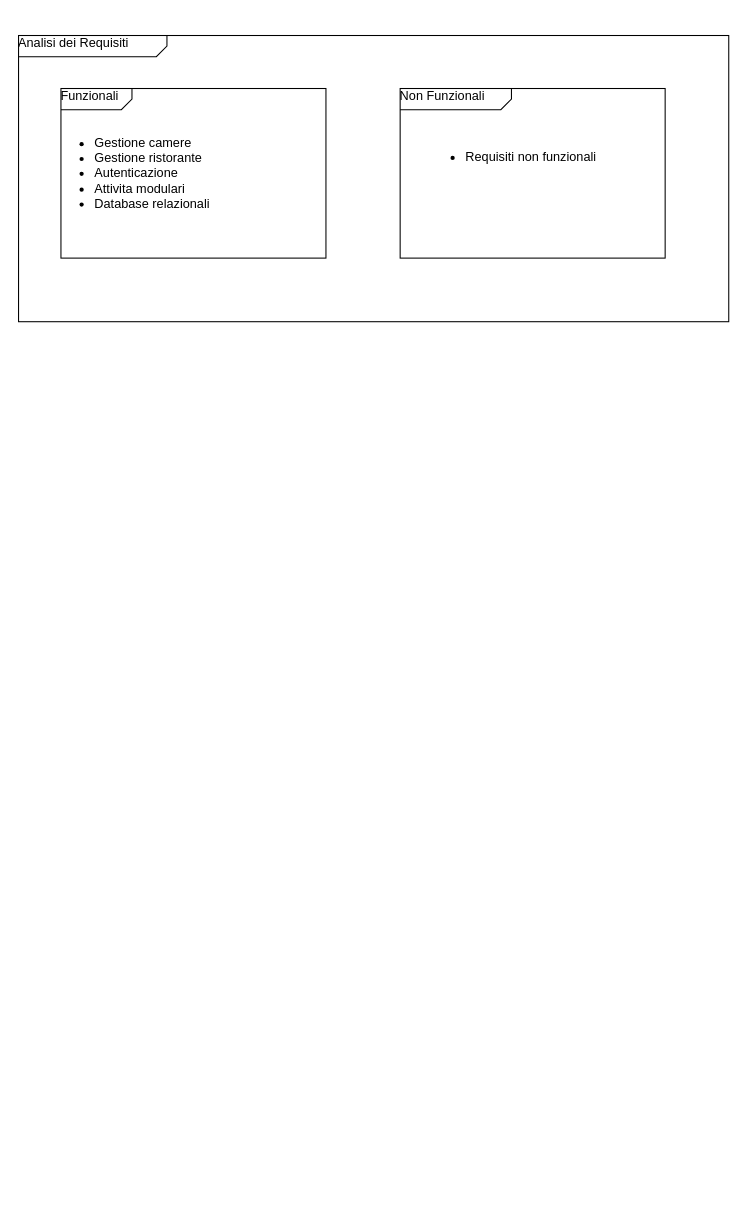
This is analisi_dei_requisiti.drawio from Raccispini/Progetto-Hotel, a draw.io file, before an edit. Source tidied: cells renumbered, new cells numbered last; positions are measured from the earlier drawing's top-left corner, leaving out a move shared by most shapes. Both pictures are drawn from the tidied source at 106%, with x=0, y=0 at pixel (18, 35).
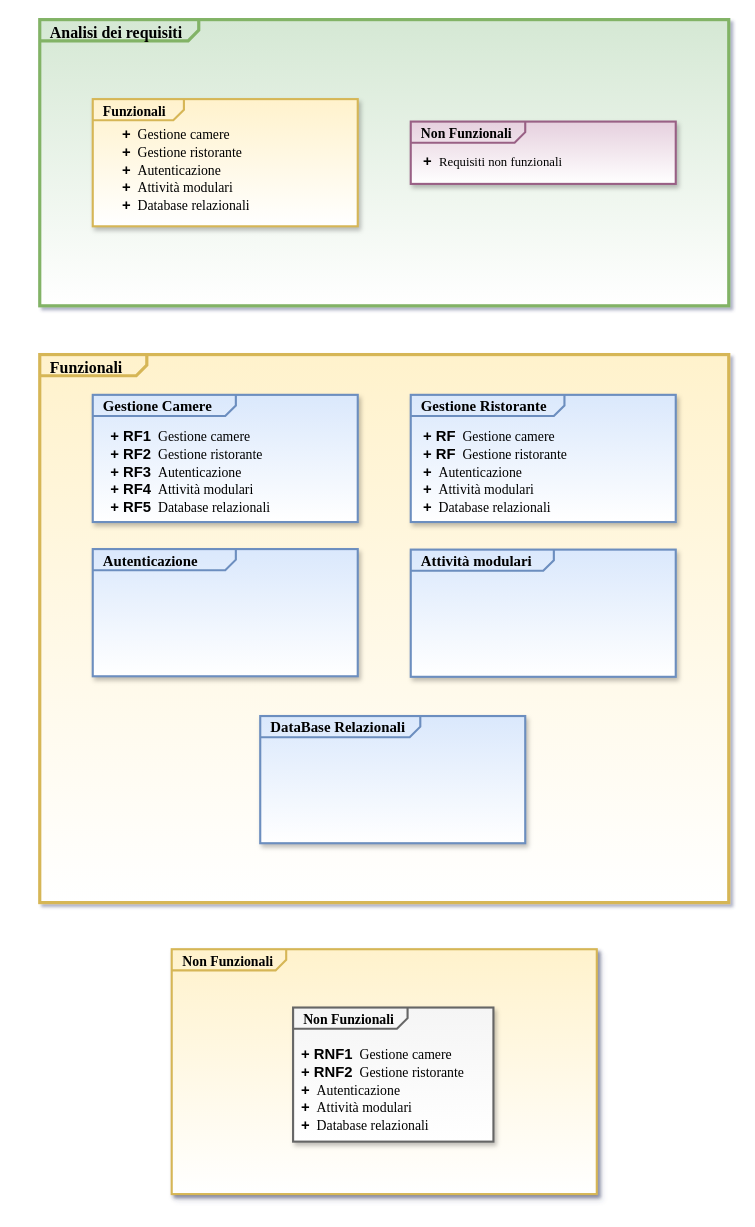
The same page after the edit.

What changed in the source:
```diff
@@
-<mxGraphModel>
+<mxGraphModel shadow="1">
   <root>
     <mxCell id="0" />
     <mxCell id="1" parent="0" />
-    <mxCell id="2" value="Analisi dei Requisiti" style="html=1;shape=mxgraph.sysml.package;overflow=fill;labelX=140;align=left;spacingLeft=5;verticalAlign=top;spacingTop=-3;" parent="1" vertex="1">
-      <mxGeometry width="670" height="270" as="geometry" />
-    </mxCell>
-    <mxCell id="3" value="&lt;div&gt;Funzionali&lt;/div&gt;&lt;div&gt;&lt;br&gt;&lt;/div&gt;" style="html=1;shape=mxgraph.sysml.package;align=left;spacingLeft=5;verticalAlign=top;spacingTop=-3;labelX=67;html=1;overflow=fill;" parent="1" vertex="1">
-      <mxGeometry x="40" y="50" width="250" height="160" as="geometry" />
-    </mxCell>
-    <mxCell id="4" value="Non Funzionali" style="html=1;shape=mxgraph.sysml.package;align=left;spacingLeft=5;verticalAlign=top;spacingTop=-3;labelX=105;html=1;overflow=fill;" parent="1" vertex="1">
-      <mxGeometry x="360" y="50" width="250" height="160" as="geometry" />
-    </mxCell>
+    <mxCell id="7" value="&lt;p style=&quot;margin: 0px ; margin-top: 4px ; margin-left: 10px ; text-align: left&quot;&gt;&lt;b&gt;&lt;font face=&quot;Times New Roman&quot; style=&quot;font-size: 15px&quot;&gt;Analisi dei requisiti&lt;/font&gt;&lt;/b&gt;&lt;/p&gt;" style="html=1;shape=mxgraph.sysml.package;align=left;spacingLeft=5;verticalAlign=top;spacingTop=-3;labelX=150;html=1;overflow=fill;strokeColor=#82b366;strokeWidth=3;fillColor=#d5e8d4;gradientColor=#FFFFFF;" parent="1" vertex="1">
+      <mxGeometry x="20" y="-15" width="650" height="270" as="geometry" />
+    </mxCell>
+    <mxCell id="8" value="&lt;p style=&quot;margin: 0px ; margin-top: 4px ; margin-left: 10px ; text-align: left&quot;&gt;&lt;b&gt;&lt;font style=&quot;font-size: 13px&quot; face=&quot;Times New Roman&quot;&gt;Non Funzionali&lt;/font&gt;&lt;/b&gt;&lt;/p&gt;" style="html=1;shape=mxgraph.sysml.package;align=left;spacingLeft=5;verticalAlign=top;spacingTop=-3;labelX=108;html=1;overflow=fill;strokeColor=#996185;strokeWidth=2;fontSize=12;fillColor=#e6d0de;shadow=1;gradientColor=#FFFFFF;" parent="1" vertex="1">
+      <mxGeometry x="370" y="81.2" width="250" height="58.8" as="geometry" />
+    </mxCell>
+    <mxCell id="9" value="&lt;p style=&quot;margin: 0px ; margin-top: 4px ; margin-left: 10px ; text-align: left&quot;&gt;&lt;b&gt;&lt;font face=&quot;Times New Roman&quot; style=&quot;font-size: 13px&quot;&gt;Funzionali&lt;/font&gt;&lt;/b&gt;&lt;/p&gt;" style="html=1;shape=mxgraph.sysml.package;align=left;spacingLeft=5;verticalAlign=top;spacingTop=-3;labelX=86;html=1;overflow=fill;fontSize=12;strokeColor=#d6b656;fillColor=#fff2cc;strokeWidth=2;shadow=1;gradientColor=#FFFFFF;" parent="1" vertex="1">
+      <mxGeometry x="70" y="60" width="250" height="120" as="geometry" />
+    </mxCell>
-    <mxCell id="5" value="&lt;ul&gt;&lt;li&gt;Gestione camere&lt;/li&gt;&lt;li&gt;Gestione ristorante&lt;/li&gt;&lt;li&gt;Autenticazione&lt;/li&gt;&lt;li&gt;Attivita modulari&lt;/li&gt;&lt;li&gt;Database relazionali&lt;br&gt;&lt;/li&gt;&lt;/ul&gt;" style="text;strokeColor=none;fillColor=none;html=1;whiteSpace=wrap;verticalAlign=middle;overflow=hidden;" parent="1" vertex="1">
-      <mxGeometry x="30" y="75" width="220" height="110" as="geometry" />
+    <mxCell id="5" value="&lt;font&gt;&lt;font&gt;&lt;b&gt;&lt;font style=&quot;font-size: 14px&quot;&gt;+&lt;/font&gt;&lt;font face=&quot;Times New Roman&quot; style=&quot;font-size: 13px&quot;&gt;&amp;nbsp;&amp;nbsp;&lt;/font&gt;&lt;/b&gt;&lt;/font&gt;&lt;span style=&quot;font-size: 13px ; font-family: &amp;#34;times new roman&amp;#34;&quot;&gt;Gestione camere&lt;/span&gt;&lt;br&gt;&lt;b&gt;&lt;font style=&quot;font-size: 14px&quot;&gt;+&lt;/font&gt;&lt;/b&gt;&lt;span style=&quot;font-size: 13px ; font-family: &amp;#34;times new roman&amp;#34;&quot;&gt;&amp;nbsp;&lt;/span&gt;&lt;span style=&quot;font-size: 13px ; font-family: &amp;#34;times new roman&amp;#34;&quot;&gt;&amp;nbsp;Gestione ristorante&lt;/span&gt;&lt;br&gt;&lt;b&gt;&lt;font style=&quot;font-size: 14px&quot;&gt;+&lt;/font&gt;&lt;/b&gt;&lt;span style=&quot;font-size: 13px ; font-family: &amp;#34;times new roman&amp;#34;&quot;&gt;&amp;nbsp;&amp;nbsp;&lt;/span&gt;&lt;span style=&quot;font-size: 13px ; font-family: &amp;#34;times new roman&amp;#34;&quot;&gt;Autenticazione&lt;/span&gt;&lt;br&gt;&lt;b&gt;&lt;font style=&quot;font-size: 14px&quot;&gt;+&lt;/font&gt;&lt;/b&gt;&lt;span style=&quot;font-size: 13px ; font-family: &amp;#34;times new roman&amp;#34;&quot;&gt;&amp;nbsp;&lt;/span&gt;&lt;span style=&quot;font-size: 13px ; font-family: &amp;#34;times new roman&amp;#34;&quot;&gt;&amp;nbsp;Attività modulari&lt;/span&gt;&lt;br&gt;&lt;b&gt;&lt;font style=&quot;font-size: 14px&quot;&gt;+&lt;/font&gt;&lt;/b&gt;&lt;span style=&quot;font-size: 13px ; font-family: &amp;#34;times new roman&amp;#34;&quot;&gt;&amp;nbsp;&lt;/span&gt;&lt;span style=&quot;font-size: 13px ; font-family: &amp;#34;times new roman&amp;#34;&quot;&gt;&amp;nbsp;Database relazionali&lt;/span&gt;&lt;/font&gt;" style="text;strokeColor=none;fillColor=none;html=1;whiteSpace=wrap;verticalAlign=middle;overflow=hidden;" parent="1" vertex="1">
+      <mxGeometry x="96" y="82.5" width="160" height="85" as="geometry" />
     </mxCell>
-    <mxCell id="6" value="&lt;ul&gt;&lt;li&gt;Requisiti non funzionali&lt;/li&gt;&lt;/ul&gt;" style="text;strokeColor=none;fillColor=none;html=1;whiteSpace=wrap;verticalAlign=middle;overflow=hidden;" parent="1" vertex="1">
-      <mxGeometry x="380" y="75" width="210" height="80" as="geometry" />
+    <mxCell id="6" value="&lt;b style=&quot;font-size: 14px&quot;&gt;+&lt;font face=&quot;Times New Roman&quot;&gt;&amp;nbsp;&amp;nbsp;&lt;/font&gt;&lt;/b&gt;&lt;span style=&quot;font-family: &amp;#34;times new roman&amp;#34;&quot;&gt;Requisiti non funzionali&lt;/span&gt;&lt;br&gt;&lt;div&gt;&lt;br&gt;&lt;/div&gt;" style="text;html=1;whiteSpace=wrap;verticalAlign=middle;overflow=hidden;" parent="1" vertex="1">
+      <mxGeometry x="380" y="108" width="180" height="30" as="geometry" />
     </mxCell>
+    <mxCell id="10" value="&lt;p style=&quot;margin: 0px ; margin-top: 4px ; margin-left: 10px ; text-align: left&quot;&gt;&lt;b&gt;&lt;font style=&quot;font-size: 15px&quot; face=&quot;Times New Roman&quot;&gt;Funzionali&lt;/font&gt;&lt;/b&gt;&lt;/p&gt;" style="html=1;shape=mxgraph.sysml.package;align=left;spacingLeft=5;verticalAlign=top;spacingTop=0;labelX=101;html=1;overflow=fill;strokeColor=#d6b656;fillColor=#fff2cc;strokeWidth=3;noLabel=0;gradientColor=#FFFFFF;" parent="1" vertex="1">
+      <mxGeometry x="20" y="301" width="650" height="517" as="geometry" />
+    </mxCell>
+    <mxCell id="11" value="&lt;p style=&quot;margin: 0px ; margin-top: 4px ; margin-left: 10px ; text-align: left&quot;&gt;&lt;b&gt;&lt;font style=&quot;font-size: 14px&quot; face=&quot;Times New Roman&quot;&gt;Gestione Camere&lt;/font&gt;&lt;/b&gt;&lt;/p&gt;" style="html=1;shape=mxgraph.sysml.package;align=left;spacingLeft=5;verticalAlign=top;spacingTop=-3;labelX=135;html=1;overflow=fill;strokeColor=#6c8ebf;strokeWidth=2;fontSize=12;fillColor=#dae8fc;shadow=1;gradientColor=#FFFFFF;" parent="1" vertex="1">
+      <mxGeometry x="70" y="339" width="250" height="120" as="geometry" />
+    </mxCell>
+    <mxCell id="12" value="&lt;p style=&quot;margin: 0px ; margin-top: 4px ; margin-left: 10px ; text-align: left&quot;&gt;&lt;b&gt;&lt;font style=&quot;font-size: 14px&quot; face=&quot;Times New Roman&quot;&gt;Gestione Ristorante&lt;/font&gt;&lt;/b&gt;&lt;/p&gt;" style="html=1;shape=mxgraph.sysml.package;align=left;spacingLeft=5;verticalAlign=top;spacingTop=-3;labelX=145;html=1;overflow=fill;strokeColor=#6c8ebf;strokeWidth=2;fontSize=12;fillColor=#dae8fc;shadow=1;gradientColor=#FFFFFF;" parent="1" vertex="1">
+      <mxGeometry x="370" y="339" width="250" height="120" as="geometry" />
+    </mxCell>
+    <mxCell id="13" value="&lt;font&gt;&lt;font&gt;&lt;b&gt;&lt;font style=&quot;font-size: 14px&quot;&gt;+ RF1&lt;/font&gt;&lt;font face=&quot;Times New Roman&quot; style=&quot;font-size: 13px&quot;&gt;&amp;nbsp;&amp;nbsp;&lt;/font&gt;&lt;/b&gt;&lt;/font&gt;&lt;span style=&quot;font-size: 13px ; font-family: &amp;#34;times new roman&amp;#34;&quot;&gt;Gestione camere&lt;/span&gt;&lt;br&gt;&lt;b&gt;&lt;font style=&quot;font-size: 14px&quot;&gt;+ RF2&lt;/font&gt;&lt;/b&gt;&lt;span style=&quot;font-size: 13px ; font-family: &amp;#34;times new roman&amp;#34;&quot;&gt;&amp;nbsp;&lt;/span&gt;&lt;span style=&quot;font-size: 13px ; font-family: &amp;#34;times new roman&amp;#34;&quot;&gt;&amp;nbsp;Gestione ristorante&lt;/span&gt;&lt;br&gt;&lt;b&gt;&lt;font style=&quot;font-size: 14px&quot;&gt;+ RF3&lt;/font&gt;&lt;/b&gt;&lt;span style=&quot;font-size: 13px ; font-family: &amp;#34;times new roman&amp;#34;&quot;&gt;&amp;nbsp;&amp;nbsp;&lt;/span&gt;&lt;span style=&quot;font-size: 13px ; font-family: &amp;#34;times new roman&amp;#34;&quot;&gt;Autenticazione&lt;/span&gt;&lt;br&gt;&lt;b&gt;&lt;font style=&quot;font-size: 14px&quot;&gt;+ RF4&lt;/font&gt;&lt;/b&gt;&lt;span style=&quot;font-size: 13px ; font-family: &amp;#34;times new roman&amp;#34;&quot;&gt;&amp;nbsp;&lt;/span&gt;&lt;span style=&quot;font-size: 13px ; font-family: &amp;#34;times new roman&amp;#34;&quot;&gt;&amp;nbsp;Attività modulari&lt;/span&gt;&lt;br&gt;&lt;b&gt;&lt;font style=&quot;font-size: 14px&quot;&gt;+ RF5&lt;/font&gt;&lt;/b&gt;&lt;span style=&quot;font-size: 13px ; font-family: &amp;#34;times new roman&amp;#34;&quot;&gt;&amp;nbsp;&lt;/span&gt;&lt;span style=&quot;font-size: 13px ; font-family: &amp;#34;times new roman&amp;#34;&quot;&gt;&amp;nbsp;Database relazionali&lt;/span&gt;&lt;/font&gt;" style="text;strokeColor=none;fillColor=none;html=1;whiteSpace=wrap;verticalAlign=middle;overflow=hidden;" parent="1" vertex="1">
+      <mxGeometry x="85" y="367" width="160" height="85" as="geometry" />
+    </mxCell>
+    <mxCell id="14" value="&lt;font&gt;&lt;font&gt;&lt;b&gt;&lt;font style=&quot;font-size: 14px&quot;&gt;+ RF&lt;/font&gt;&lt;font face=&quot;Times New Roman&quot; style=&quot;font-size: 13px&quot;&gt;&amp;nbsp;&amp;nbsp;&lt;/font&gt;&lt;/b&gt;&lt;/font&gt;&lt;span style=&quot;font-size: 13px ; font-family: &amp;#34;times new roman&amp;#34;&quot;&gt;Gestione camere&lt;/span&gt;&lt;br&gt;&lt;b&gt;&lt;font style=&quot;font-size: 14px&quot;&gt;+ RF&lt;/font&gt;&lt;/b&gt;&lt;span style=&quot;font-size: 13px ; font-family: &amp;#34;times new roman&amp;#34;&quot;&gt;&amp;nbsp;&lt;/span&gt;&lt;span style=&quot;font-size: 13px ; font-family: &amp;#34;times new roman&amp;#34;&quot;&gt;&amp;nbsp;Gestione ristorante&lt;/span&gt;&lt;br&gt;&lt;b&gt;&lt;font style=&quot;font-size: 14px&quot;&gt;+&lt;/font&gt;&lt;/b&gt;&lt;span style=&quot;font-size: 13px ; font-family: &amp;#34;times new roman&amp;#34;&quot;&gt;&amp;nbsp;&amp;nbsp;&lt;/span&gt;&lt;span style=&quot;font-size: 13px ; font-family: &amp;#34;times new roman&amp;#34;&quot;&gt;Autenticazione&lt;/span&gt;&lt;br&gt;&lt;b&gt;&lt;font style=&quot;font-size: 14px&quot;&gt;+&lt;/font&gt;&lt;/b&gt;&lt;span style=&quot;font-size: 13px ; font-family: &amp;#34;times new roman&amp;#34;&quot;&gt;&amp;nbsp;&lt;/span&gt;&lt;span style=&quot;font-size: 13px ; font-family: &amp;#34;times new roman&amp;#34;&quot;&gt;&amp;nbsp;Attività modulari&lt;/span&gt;&lt;br&gt;&lt;b&gt;&lt;font style=&quot;font-size: 14px&quot;&gt;+&lt;/font&gt;&lt;/b&gt;&lt;span style=&quot;font-size: 13px ; font-family: &amp;#34;times new roman&amp;#34;&quot;&gt;&amp;nbsp;&lt;/span&gt;&lt;span style=&quot;font-size: 13px ; font-family: &amp;#34;times new roman&amp;#34;&quot;&gt;&amp;nbsp;Database relazionali&lt;/span&gt;&lt;/font&gt;" style="text;strokeColor=none;fillColor=none;html=1;whiteSpace=wrap;verticalAlign=middle;overflow=hidden;" parent="1" vertex="1">
+      <mxGeometry x="380" y="367" width="160" height="85" as="geometry" />
+    </mxCell>
+    <mxCell id="15" value="&lt;p style=&quot;margin: 0px ; margin-top: 4px ; margin-left: 10px ; text-align: left&quot;&gt;&lt;b&gt;&lt;font style=&quot;font-size: 14px&quot; face=&quot;Times New Roman&quot;&gt;Autenticazione&lt;/font&gt;&lt;/b&gt;&lt;/p&gt;" style="html=1;shape=mxgraph.sysml.package;align=left;spacingLeft=5;verticalAlign=top;spacingTop=-3;labelX=135;html=1;overflow=fill;strokeColor=#6c8ebf;strokeWidth=2;fontSize=12;fillColor=#dae8fc;shadow=1;gradientColor=#FFFFFF;" parent="1" vertex="1">
+      <mxGeometry x="70" y="484.5" width="250" height="120" as="geometry" />
+    </mxCell>
+    <mxCell id="16" value="&lt;p style=&quot;margin: 0px ; margin-top: 4px ; margin-left: 10px ; text-align: left&quot;&gt;&lt;b&gt;&lt;font style=&quot;font-size: 14px&quot; face=&quot;Times New Roman&quot;&gt;Attività modulari&lt;/font&gt;&lt;/b&gt;&lt;/p&gt;" style="html=1;shape=mxgraph.sysml.package;align=left;spacingLeft=5;verticalAlign=top;spacingTop=-3;labelX=135;html=1;overflow=fill;strokeColor=#6c8ebf;strokeWidth=2;fontSize=12;fillColor=#dae8fc;shadow=1;gradientColor=#FFFFFF;" parent="1" vertex="1">
+      <mxGeometry x="370" y="485" width="250" height="120" as="geometry" />
+    </mxCell>
+    <mxCell id="17" value="&lt;p style=&quot;margin: 0px ; margin-top: 4px ; margin-left: 10px ; text-align: left&quot;&gt;&lt;b&gt;&lt;font style=&quot;font-size: 14px&quot; face=&quot;Times New Roman&quot;&gt;DataBase Relazionali&lt;/font&gt;&lt;/b&gt;&lt;/p&gt;" style="html=1;shape=mxgraph.sysml.package;align=left;spacingLeft=5;verticalAlign=top;spacingTop=-3;labelX=151;html=1;overflow=fill;strokeColor=#6c8ebf;strokeWidth=2;fontSize=12;fillColor=#dae8fc;shadow=1;gradientColor=#FFFFFF;" parent="1" vertex="1">
+      <mxGeometry x="228" y="642" width="250" height="120" as="geometry" />
+    </mxCell>
+    <mxCell id="18" value="&lt;p style=&quot;margin: 0px ; margin-top: 4px ; margin-left: 10px ; text-align: left&quot;&gt;&lt;b&gt;&lt;font style=&quot;font-size: 13px&quot; face=&quot;Times New Roman&quot;&gt;Non Funzionali&lt;/font&gt;&lt;/b&gt;&lt;/p&gt;" style="html=1;shape=mxgraph.sysml.package;align=left;spacingLeft=5;verticalAlign=top;spacingTop=-3;labelX=108;html=1;overflow=fill;strokeWidth=2;fontSize=12;shadow=1;strokeColor=#d6b656;fillColor=#fff2cc;gradientColor=#FFFFFF;" parent="1" vertex="1">
+      <mxGeometry x="144.5" y="862" width="401" height="231" as="geometry" />
+    </mxCell>
+    <mxCell id="19" value="&lt;p style=&quot;margin: 0px ; margin-top: 4px ; margin-left: 10px ; text-align: left&quot;&gt;&lt;b&gt;&lt;font style=&quot;font-size: 13px&quot; face=&quot;Times New Roman&quot;&gt;Non Funzionali&lt;/font&gt;&lt;/b&gt;&lt;/p&gt;" style="html=1;shape=mxgraph.sysml.package;align=left;spacingLeft=5;verticalAlign=top;spacingTop=-3;labelX=108;html=1;overflow=fill;strokeWidth=2;fontSize=12;shadow=1;strokeColor=#666666;fillColor=#f5f5f5;gradientColor=#FFFFFF;" parent="1" vertex="1">
+      <mxGeometry x="259" y="917" width="189" height="126.5" as="geometry" />
+    </mxCell>
+    <mxCell id="20" value="&lt;font&gt;&lt;font&gt;&lt;b&gt;&lt;font style=&quot;font-size: 14px&quot;&gt;+ RNF1&lt;/font&gt;&lt;font face=&quot;Times New Roman&quot; style=&quot;font-size: 13px&quot;&gt;&amp;nbsp;&amp;nbsp;&lt;/font&gt;&lt;/b&gt;&lt;/font&gt;&lt;span style=&quot;font-size: 13px ; font-family: &amp;#34;times new roman&amp;#34;&quot;&gt;Gestione camere&lt;/span&gt;&lt;br&gt;&lt;b&gt;&lt;font style=&quot;font-size: 14px&quot;&gt;+ RNF2&lt;/font&gt;&lt;/b&gt;&lt;span style=&quot;font-size: 13px ; font-family: &amp;#34;times new roman&amp;#34;&quot;&gt;&amp;nbsp;&lt;/span&gt;&lt;span style=&quot;font-size: 13px ; font-family: &amp;#34;times new roman&amp;#34;&quot;&gt;&amp;nbsp;Gestione ristorante&lt;/span&gt;&lt;br&gt;&lt;b&gt;&lt;font style=&quot;font-size: 14px&quot;&gt;+&lt;/font&gt;&lt;/b&gt;&lt;span style=&quot;font-size: 13px ; font-family: &amp;#34;times new roman&amp;#34;&quot;&gt;&amp;nbsp;&amp;nbsp;&lt;/span&gt;&lt;span style=&quot;font-size: 13px ; font-family: &amp;#34;times new roman&amp;#34;&quot;&gt;Autenticazione&lt;/span&gt;&lt;br&gt;&lt;b&gt;&lt;font style=&quot;font-size: 14px&quot;&gt;+&lt;/font&gt;&lt;/b&gt;&lt;span style=&quot;font-size: 13px ; font-family: &amp;#34;times new roman&amp;#34;&quot;&gt;&amp;nbsp;&lt;/span&gt;&lt;span style=&quot;font-size: 13px ; font-family: &amp;#34;times new roman&amp;#34;&quot;&gt;&amp;nbsp;Attività modulari&lt;/span&gt;&lt;br&gt;&lt;b&gt;&lt;font style=&quot;font-size: 14px&quot;&gt;+&lt;/font&gt;&lt;/b&gt;&lt;span style=&quot;font-size: 13px ; font-family: &amp;#34;times new roman&amp;#34;&quot;&gt;&amp;nbsp;&lt;/span&gt;&lt;span style=&quot;font-size: 13px ; font-family: &amp;#34;times new roman&amp;#34;&quot;&gt;&amp;nbsp;Database relazionali&lt;/span&gt;&lt;/font&gt;" style="text;strokeColor=none;fillColor=none;html=1;whiteSpace=wrap;verticalAlign=middle;overflow=hidden;" parent="1" vertex="1">
+      <mxGeometry x="265" y="950" width="160" height="85" as="geometry" />
+    </mxCell>
   </root>
 </mxGraphModel>
```
